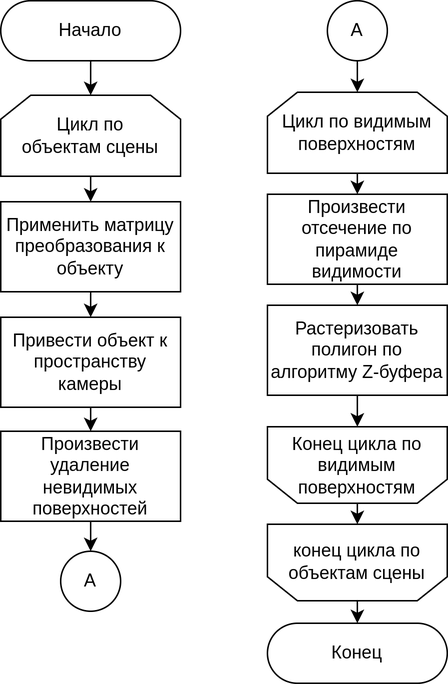
Before: docs/img/rendering.drawio.png, a diagram exported from draw.io (Danilado/IU7-CG-CW). Source tidied: cells renumbered, new cells last; positions are measured from the earlier drawing's top-left corner, leaving out a move shared by most shapes. Source of this version:
```xml
<mxGraphModel>
  <root>
    <mxCell id="0" />
    <mxCell id="1" parent="0" />
    <mxCell id="2" value="Начало" style="rounded=1;arcSize=50;whiteSpace=wrap;" parent="1" vertex="1">
      <mxGeometry width="120" height="40" as="geometry" />
    </mxCell>
    <mxCell id="3" value="Конец" style="rounded=1;arcSize=50;whiteSpace=wrap;" parent="1" vertex="1">
      <mxGeometry x="178" y="415" width="120" height="40" as="geometry" />
    </mxCell>
    <mxCell id="4" style="shape=loopLimit;whiteSpace=wrap;" parent="1" vertex="1">
      <mxGeometry y="63" width="120" height="54" as="geometry" />
    </mxCell>
    <mxCell id="5" style="shape=loopLimit;verticalAlign=middle;rounded=0;rotation=-180;horizontal=1;whiteSpace=wrap;" parent="1" vertex="1">
      <mxGeometry x="178" y="349" width="120" height="51" as="geometry" />
    </mxCell>
    <mxCell id="6" value="Цикл по" style="text;strokeColor=none;fillColor=none;align=center;verticalAlign=middle;rounded=0;whiteSpace=wrap;" parent="1" vertex="1">
      <mxGeometry x="30" y="67.5" width="60" height="30" as="geometry" />
    </mxCell>
    <mxCell id="7" value="объектам сцены" style="text;strokeColor=none;fillColor=none;align=center;verticalAlign=middle;rounded=0;whiteSpace=wrap;" parent="1" vertex="1">
      <mxGeometry x="12" y="82.5" width="96" height="30" as="geometry" />
    </mxCell>
    <mxCell id="8" value="конец цикла по" style="text;strokeColor=none;fillColor=none;align=center;verticalAlign=middle;rounded=0;whiteSpace=wrap;" parent="1" vertex="1">
      <mxGeometry x="190" y="352" width="96" height="30" as="geometry" />
    </mxCell>
    <mxCell id="9" value="объектам сцены" style="text;strokeColor=none;fillColor=none;align=center;verticalAlign=middle;rounded=0;whiteSpace=wrap;" parent="1" vertex="1">
      <mxGeometry x="190" y="367" width="96" height="30" as="geometry" />
    </mxCell>
    <mxCell id="10" value="Применить матрицу&#10;преобразования к&#10;объекту" style="rounded=0;whiteSpace=wrap;" parent="1" vertex="1">
      <mxGeometry y="134" width="120" height="60" as="geometry" />
    </mxCell>
    <mxCell id="11" value="Привести объект к пространству камеры" style="rounded=0;align=center;whiteSpace=wrap;labelBorderColor=none;labelBackgroundColor=none;" parent="1" vertex="1">
      <mxGeometry y="211" width="120" height="60" as="geometry" />
    </mxCell>
    <mxCell id="12" value="Произвести удаление невидимых поверхностей" style="rounded=0;whiteSpace=wrap;" parent="1" vertex="1">
      <mxGeometry y="287" width="120" height="60" as="geometry" />
    </mxCell>
    <mxCell id="13" style="shape=loopLimit;whiteSpace=wrap;" parent="1" vertex="1">
      <mxGeometry x="178" y="61" width="120" height="54" as="geometry" />
    </mxCell>
    <mxCell id="14" style="shape=loopLimit;verticalAlign=middle;rounded=0;rotation=-180;horizontal=1;whiteSpace=wrap;" parent="1" vertex="1">
      <mxGeometry x="178" y="284" width="120" height="51" as="geometry" />
    </mxCell>
    <mxCell id="15" value="Цикл по видимым поверхностям" style="text;strokeColor=none;fillColor=none;align=center;verticalAlign=middle;rounded=0;whiteSpace=wrap;" parent="1" vertex="1">
      <mxGeometry x="178" y="73" width="120" height="30" as="geometry" />
    </mxCell>
    <mxCell id="16" value="Конец цикла по видимым поверхностям" style="text;strokeColor=none;fillColor=none;align=center;verticalAlign=middle;rounded=0;whiteSpace=wrap;" parent="1" vertex="1">
      <mxGeometry x="178" y="294.5" width="120" height="30" as="geometry" />
    </mxCell>
    <mxCell id="17" value="А" style="ellipse;whiteSpace=wrap;" parent="1" vertex="1">
      <mxGeometry x="40" y="367" width="40" height="40" as="geometry" />
    </mxCell>
    <mxCell id="18" value="А" style="ellipse;whiteSpace=wrap;" parent="1" vertex="1">
      <mxGeometry x="218" width="40" height="40" as="geometry" />
    </mxCell>
    <mxCell id="19" value="Произвести отсечение по пирамиде видимости" style="rounded=0;whiteSpace=wrap;" parent="1" vertex="1">
      <mxGeometry x="178" y="129" width="120" height="60" as="geometry" />
    </mxCell>
    <mxCell id="20" value="Растеризовать полигон по алгоритму Z-буфера" style="rounded=0;whiteSpace=wrap;" parent="1" vertex="1">
      <mxGeometry x="178" y="203" width="120" height="60" as="geometry" />
    </mxCell>
    <mxCell id="21" style="endArrow=classic;exitX=0.5;exitY=1;exitDx=0;exitDy=0;entryX=0.5;entryY=0;entryDx=0;entryDy=0;" parent="1" edge="1" source="2" target="4">
      <mxGeometry relative="1" as="geometry" />
    </mxCell>
    <mxCell id="22" style="endArrow=classic;exitX=0.5;exitY=1;exitDx=0;exitDy=0;entryX=0.5;entryY=0;entryDx=0;entryDy=0;" parent="1" edge="1" source="4" target="10">
      <mxGeometry relative="1" as="geometry" />
    </mxCell>
    <mxCell id="23" style="endArrow=classic;exitX=0.5;exitY=1;exitDx=0;exitDy=0;entryX=0.5;entryY=0;entryDx=0;entryDy=0;" parent="1" edge="1" source="10" target="11">
      <mxGeometry relative="1" as="geometry" />
    </mxCell>
    <mxCell id="24" style="endArrow=classic;exitX=0.5;exitY=1;exitDx=0;exitDy=0;entryX=0.5;entryY=0;entryDx=0;entryDy=0;" parent="1" edge="1" source="11" target="12">
      <mxGeometry relative="1" as="geometry" />
    </mxCell>
    <mxCell id="25" style="endArrow=classic;exitX=0.5;exitY=1;exitDx=0;exitDy=0;entryX=0.5;entryY=0;entryDx=0;entryDy=0;" parent="1" edge="1" source="12" target="17">
      <mxGeometry relative="1" as="geometry" />
    </mxCell>
    <mxCell id="26" style="endArrow=classic;exitX=0.5;exitY=1;exitDx=0;exitDy=0;entryX=0.5;entryY=0;entryDx=0;entryDy=0;" parent="1" edge="1" source="18" target="13">
      <mxGeometry relative="1" as="geometry" />
    </mxCell>
    <mxCell id="27" style="endArrow=classic;exitX=0.5;exitY=1;exitDx=0;exitDy=0;entryX=0.5;entryY=0;entryDx=0;entryDy=0;" parent="1" edge="1" source="13" target="19">
      <mxGeometry relative="1" as="geometry" />
    </mxCell>
    <mxCell id="28" style="endArrow=classic;exitX=0.5;exitY=1;exitDx=0;exitDy=0;entryX=0.5;entryY=0;entryDx=0;entryDy=0;" parent="1" edge="1" source="19" target="20">
      <mxGeometry relative="1" as="geometry" />
    </mxCell>
    <mxCell id="29" style="endArrow=classic;exitX=0.5;exitY=1;exitDx=0;exitDy=0;entryX=0.5;entryY=1;entryDx=0;entryDy=0;" parent="1" edge="1" source="20" target="14">
      <mxGeometry relative="1" as="geometry" />
    </mxCell>
    <mxCell id="30" style="endArrow=classic;exitX=0.5;exitY=0;exitDx=0;exitDy=0;entryX=0.5;entryY=1;entryDx=0;entryDy=0;" parent="1" edge="1" source="14" target="5">
      <mxGeometry relative="1" as="geometry" />
    </mxCell>
    <mxCell id="31" style="endArrow=classic;exitX=0.5;exitY=0;exitDx=0;exitDy=0;entryX=0.5;entryY=0;entryDx=0;entryDy=0;" parent="1" edge="1" source="5" target="3">
      <mxGeometry relative="1" as="geometry" />
    </mxCell>
  </root>
</mxGraphModel>
```
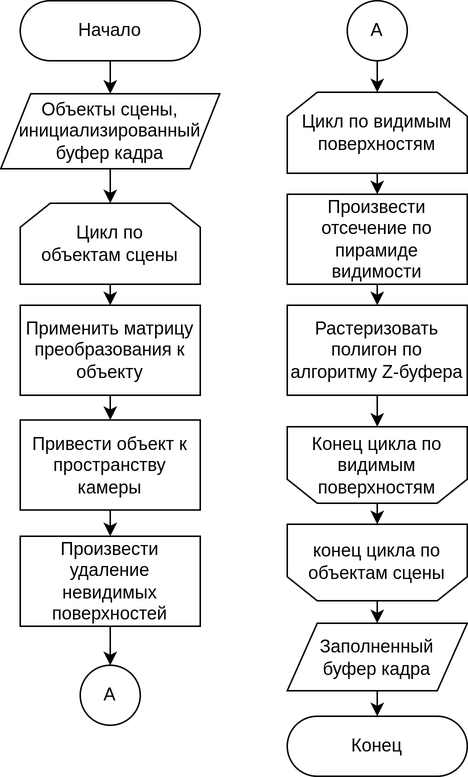
The same file after the commit.

Change to the diagram source:
```diff
@@ -6,19 +6,19 @@
       <mxGeometry width="120" height="40" as="geometry" />
     </mxCell>
     <mxCell id="3" value="Конец" style="rounded=1;arcSize=50;whiteSpace=wrap;" parent="1" vertex="1">
-      <mxGeometry x="178" y="415" width="120" height="40" as="geometry" />
+      <mxGeometry x="178" y="477" width="120" height="40" as="geometry" />
     </mxCell>
     <mxCell id="4" style="shape=loopLimit;whiteSpace=wrap;" parent="1" vertex="1">
-      <mxGeometry y="63" width="120" height="54" as="geometry" />
+      <mxGeometry y="135" width="120" height="54" as="geometry" />
     </mxCell>
     <mxCell id="5" style="shape=loopLimit;verticalAlign=middle;rounded=0;rotation=-180;horizontal=1;whiteSpace=wrap;" parent="1" vertex="1">
       <mxGeometry x="178" y="349" width="120" height="51" as="geometry" />
     </mxCell>
     <mxCell id="6" value="Цикл по" style="text;strokeColor=none;fillColor=none;align=center;verticalAlign=middle;rounded=0;whiteSpace=wrap;" parent="1" vertex="1">
-      <mxGeometry x="30" y="67.5" width="60" height="30" as="geometry" />
+      <mxGeometry x="30" y="139.5" width="60" height="30" as="geometry" />
     </mxCell>
     <mxCell id="7" value="объектам сцены" style="text;strokeColor=none;fillColor=none;align=center;verticalAlign=middle;rounded=0;whiteSpace=wrap;" parent="1" vertex="1">
-      <mxGeometry x="12" y="82.5" width="96" height="30" as="geometry" />
+      <mxGeometry x="12" y="154.5" width="96" height="30" as="geometry" />
     </mxCell>
     <mxCell id="8" value="конец цикла по" style="text;strokeColor=none;fillColor=none;align=center;verticalAlign=middle;rounded=0;whiteSpace=wrap;" parent="1" vertex="1">
       <mxGeometry x="190" y="352" width="96" height="30" as="geometry" />
@@ -27,13 +27,13 @@
       <mxGeometry x="190" y="367" width="96" height="30" as="geometry" />
     </mxCell>
     <mxCell id="10" value="Применить матрицу&#10;преобразования к&#10;объекту" style="rounded=0;whiteSpace=wrap;" parent="1" vertex="1">
-      <mxGeometry y="134" width="120" height="60" as="geometry" />
+      <mxGeometry y="203" width="120" height="60" as="geometry" />
     </mxCell>
     <mxCell id="11" value="Привести объект к пространству камеры" style="rounded=0;align=center;whiteSpace=wrap;labelBorderColor=none;labelBackgroundColor=none;" parent="1" vertex="1">
-      <mxGeometry y="211" width="120" height="60" as="geometry" />
+      <mxGeometry y="279.5" width="120" height="60" as="geometry" />
     </mxCell>
     <mxCell id="12" value="Произвести удаление невидимых поверхностей" style="rounded=0;whiteSpace=wrap;" parent="1" vertex="1">
-      <mxGeometry y="287" width="120" height="60" as="geometry" />
+      <mxGeometry y="357" width="120" height="60" as="geometry" />
     </mxCell>
     <mxCell id="13" style="shape=loopLimit;whiteSpace=wrap;" parent="1" vertex="1">
       <mxGeometry x="178" y="61" width="120" height="54" as="geometry" />
@@ -48,7 +48,7 @@
       <mxGeometry x="178" y="294.5" width="120" height="30" as="geometry" />
     </mxCell>
     <mxCell id="17" value="А" style="ellipse;whiteSpace=wrap;" parent="1" vertex="1">
-      <mxGeometry x="40" y="367" width="40" height="40" as="geometry" />
+      <mxGeometry x="40" y="443" width="40" height="40" as="geometry" />
     </mxCell>
     <mxCell id="18" value="А" style="ellipse;whiteSpace=wrap;" parent="1" vertex="1">
       <mxGeometry x="218" width="40" height="40" as="geometry" />
@@ -59,9 +59,6 @@
     <mxCell id="20" value="Растеризовать полигон по алгоритму Z-буфера" style="rounded=0;whiteSpace=wrap;" parent="1" vertex="1">
       <mxGeometry x="178" y="203" width="120" height="60" as="geometry" />
     </mxCell>
-    <mxCell id="21" style="endArrow=classic;exitX=0.5;exitY=1;exitDx=0;exitDy=0;entryX=0.5;entryY=0;entryDx=0;entryDy=0;" parent="1" edge="1" source="2" target="4">
-      <mxGeometry relative="1" as="geometry" />
-    </mxCell>
     <mxCell id="22" style="endArrow=classic;exitX=0.5;exitY=1;exitDx=0;exitDy=0;entryX=0.5;entryY=0;entryDx=0;entryDy=0;" parent="1" edge="1" source="4" target="10">
       <mxGeometry relative="1" as="geometry" />
     </mxCell>
@@ -89,8 +86,23 @@
     <mxCell id="30" style="endArrow=classic;exitX=0.5;exitY=0;exitDx=0;exitDy=0;entryX=0.5;entryY=1;entryDx=0;entryDy=0;" parent="1" edge="1" source="14" target="5">
       <mxGeometry relative="1" as="geometry" />
     </mxCell>
-    <mxCell id="31" style="endArrow=classic;exitX=0.5;exitY=0;exitDx=0;exitDy=0;entryX=0.5;entryY=0;entryDx=0;entryDy=0;" parent="1" edge="1" source="5" target="3">
+    <mxCell id="31" style="endArrow=classic;entryX=0.5;entryY=0;entryDx=0;entryDy=0;exitX=0.5;exitY=1;exitDx=0;exitDy=0;" parent="1" edge="1" source="35" target="3">
       <mxGeometry relative="1" as="geometry" />
     </mxCell>
+    <mxCell id="32" value="Объекты сцены, инициализированный буфер кадра" style="shape=parallelogram;perimeter=parallelogramPerimeter;fixedSize=1;whiteSpace=wrap;" parent="1" vertex="1">
+      <mxGeometry x="-13" y="62" width="146" height="50" as="geometry" />
+    </mxCell>
+    <mxCell id="33" style="endArrow=classic;exitX=0.5;exitY=1;exitDx=0;exitDy=0;entryX=0.5;entryY=0;entryDx=0;entryDy=0;" parent="1" edge="1" source="32" target="4">
+      <mxGeometry relative="1" as="geometry" />
+    </mxCell>
+    <mxCell id="34" style="endArrow=classic;exitX=0.5;exitY=1;exitDx=0;exitDy=0;entryX=0.5;entryY=0;entryDx=0;entryDy=0;" parent="1" edge="1" source="2" target="32">
+      <mxGeometry relative="1" as="geometry" />
+    </mxCell>
+    <mxCell id="35" value="Заполненный&#10;буфер кадра" style="shape=parallelogram;perimeter=parallelogramPerimeter;fixedSize=1;whiteSpace=wrap;" parent="1" vertex="1">
+      <mxGeometry x="178" y="415" width="120" height="45" as="geometry" />
+    </mxCell>
+    <mxCell id="36" style="endArrow=classic;entryX=0.5;entryY=0;entryDx=0;entryDy=0;exitX=0.5;exitY=0;exitDx=0;exitDy=0;" parent="1" edge="1" source="5" target="35">
+      <mxGeometry relative="1" as="geometry" />
+    </mxCell>
   </root>
 </mxGraphModel>
```
